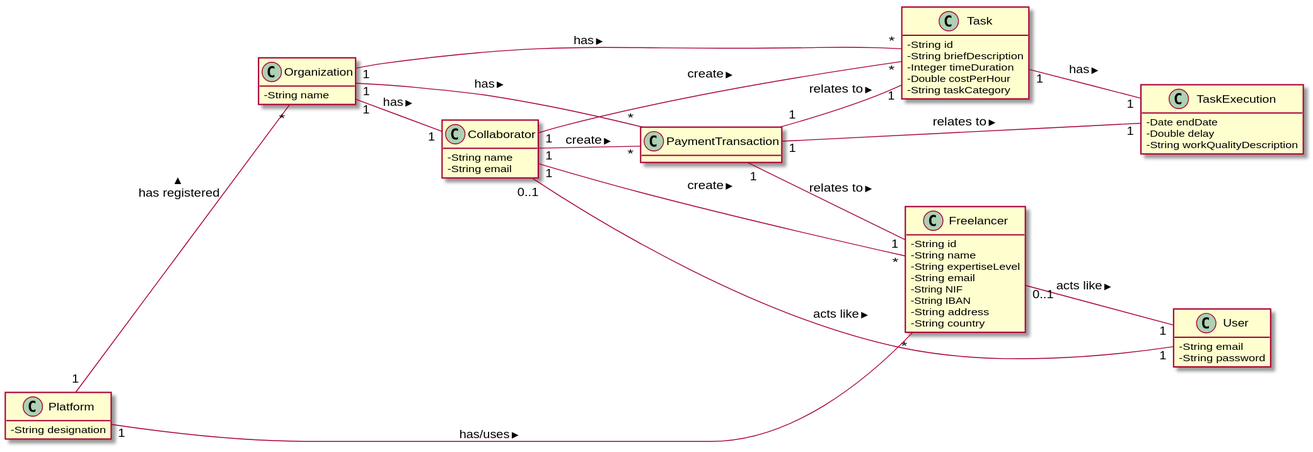
Earlier version of the PlantUML export docs/UC3 - Create Payment Transaction/UC3_MD.svg (pedrolemos4/LAPR2).
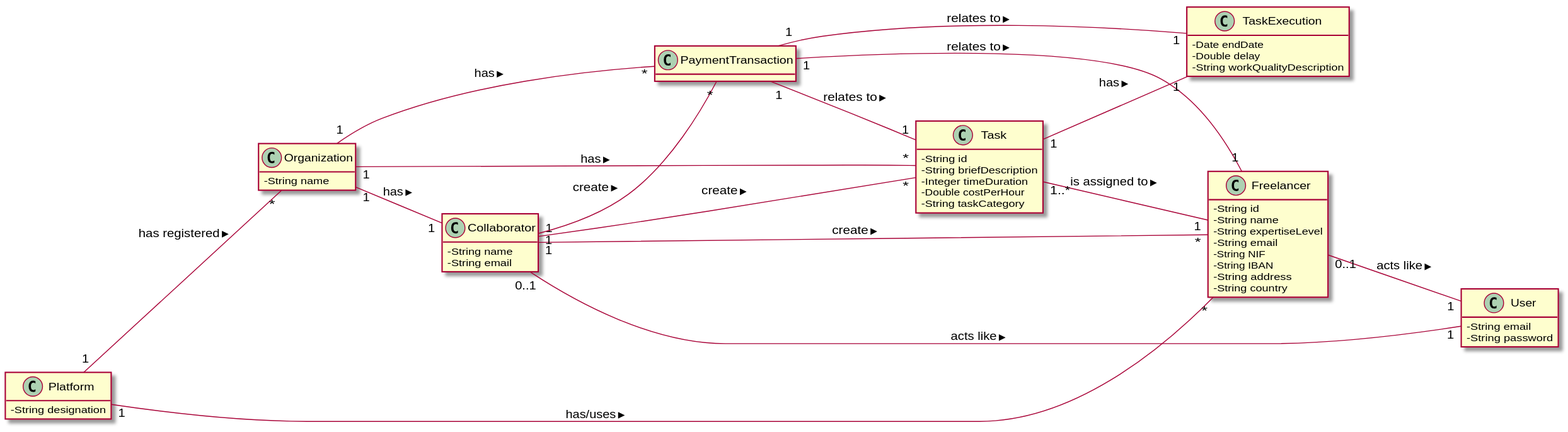
Above is the later version.

Diff of the diagram source:
```diff
@@ -64,4 +64,5 @@
 PaymentTransaction "1" -- "1" Task: relates to >
 PaymentTransaction "1" -- "1" TaskExecution: relates to >
 Task "1" -- "1" TaskExecution: has >
+Task "1..*" -- "1" Freelancer: is assigned to >
 @enduml
```
